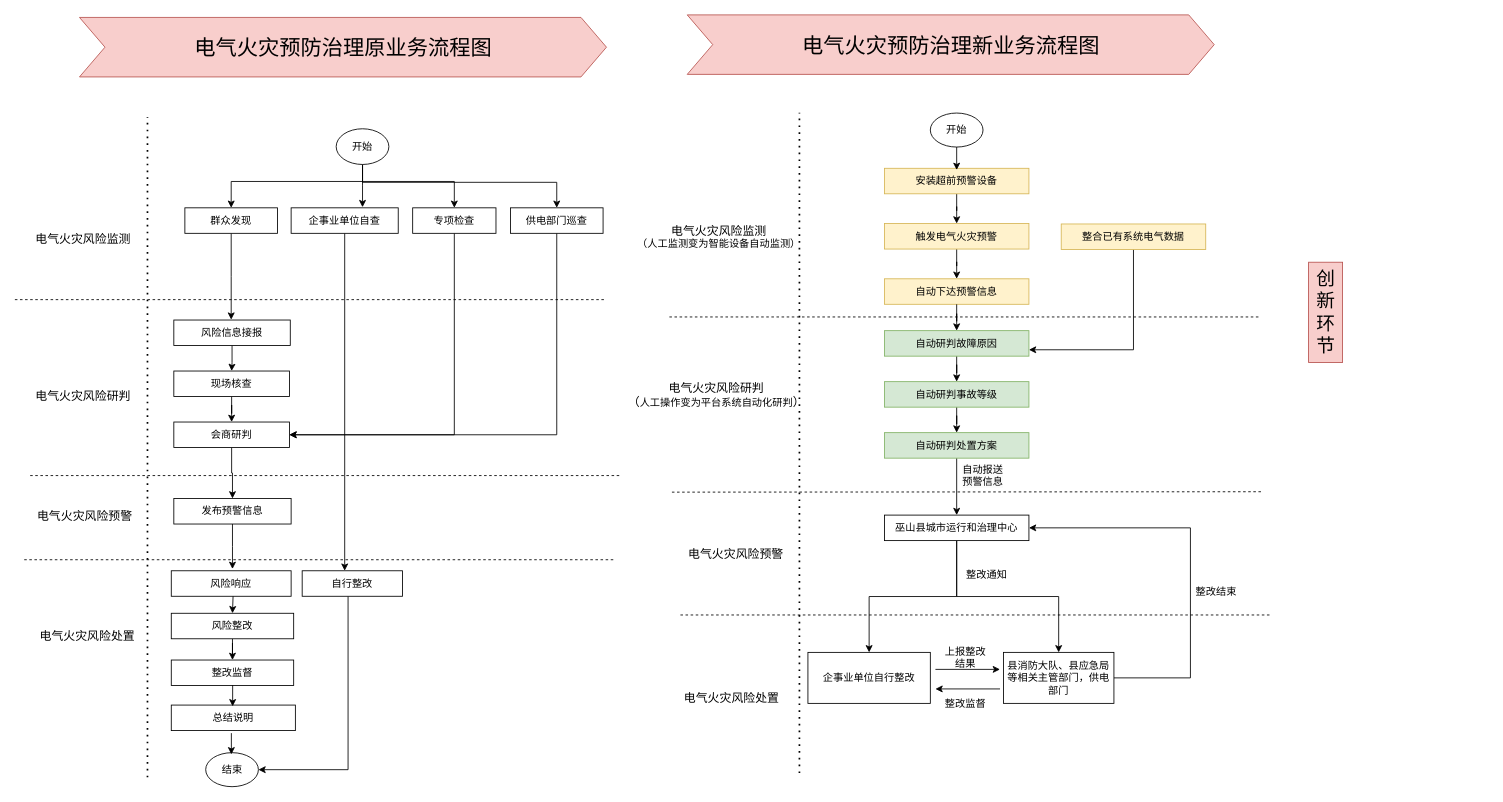
This is 电气火灾.drawio from w1041660542/draw.io, a draw.io file, before an edit. Source tidied: cells renumbered, new cells numbered last; positions are measured from the earlier drawing's top-left corner, leaving out a move shared by most shapes. Both pictures are drawn from the tidied source at 85%, with x=0, y=0 at pixel (14, 14).
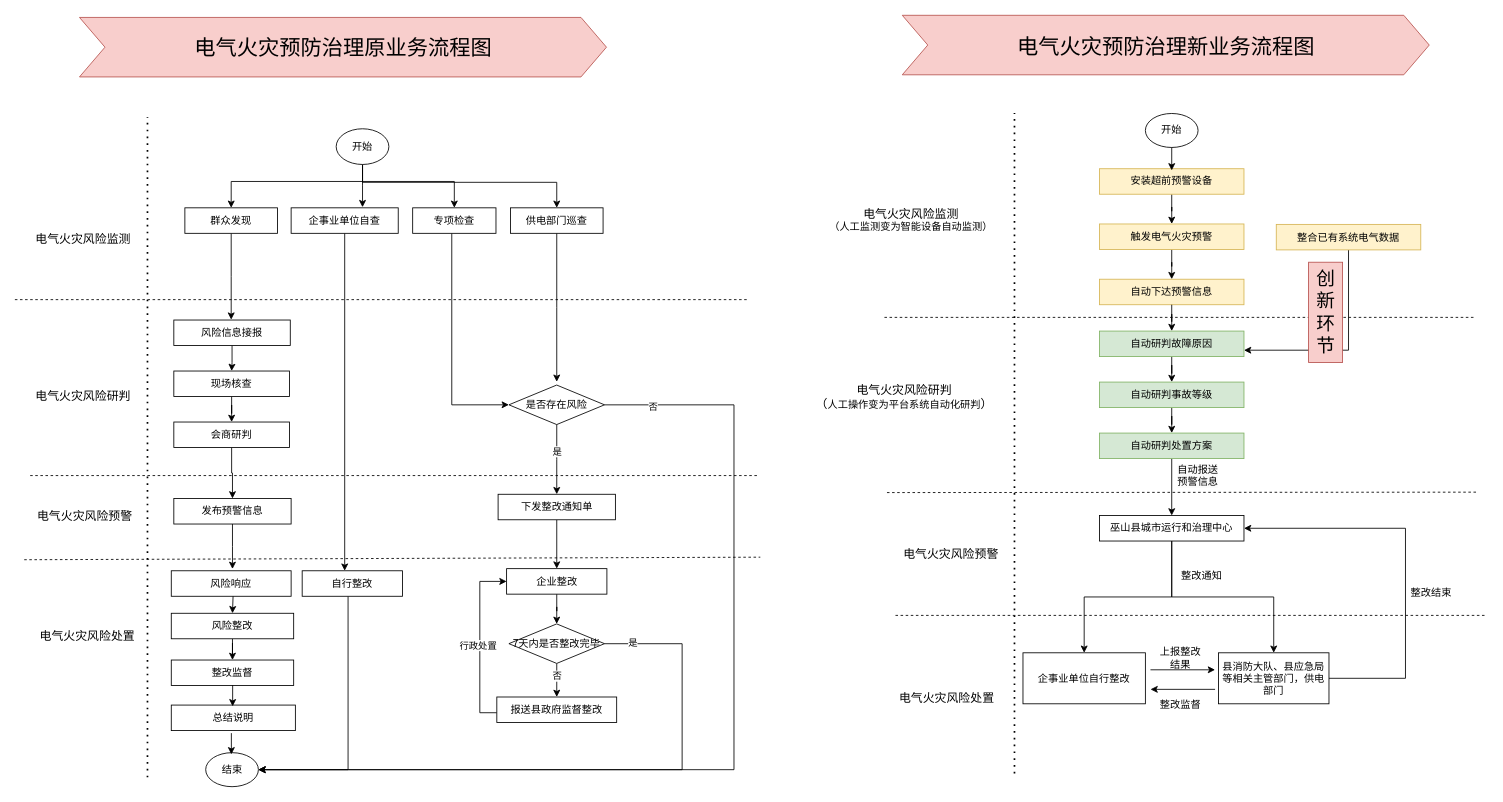
The same diagram, later.

Commit message:
更新电气火灾.drawio

Unchanged cells that the change refers to:
```xml
<mxCell id="12" value="会商研判" style="rounded=0;whiteSpace=wrap;html=1;" parent="1" vertex="1">
  <mxGeometry x="187" y="479" width="136" height="30" as="geometry" />
</mxCell>
<mxCell id="23" value="结束" style="ellipse;whiteSpace=wrap;html=1;" parent="1" vertex="1">
  <mxGeometry x="224.5" y="868" width="62" height="40" as="geometry" />
</mxCell>
<mxCell id="72" value="供电部门巡查" style="rounded=0;whiteSpace=wrap;html=1;" parent="1" vertex="1">
  <mxGeometry x="583" y="227" width="109" height="30" as="geometry" />
</mxCell>
<mxCell id="74" value="专项检查" style="rounded=0;whiteSpace=wrap;html=1;" parent="1" vertex="1">
  <mxGeometry x="468" y="227" width="98" height="30" as="geometry" />
</mxCell>
```

Change to the diagram source:
```diff
@@
     <mxCell id="24" value="开始" style="ellipse;whiteSpace=wrap;html=1;" parent="1" vertex="1">
-      <mxGeometry x="1077" y="115.5" width="62" height="40" as="geometry" />
+      <mxGeometry x="1330" y="116" width="62" height="40" as="geometry" />
     </mxCell>
@@
     <mxCell id="26" value="安装超前预警设备" style="rounded=0;whiteSpace=wrap;html=1;fillColor=#fff2cc;strokeColor=#d6b656;" parent="1" vertex="1">
-      <mxGeometry x="1023" y="180.5" width="170" height="30" as="geometry" />
+      <mxGeometry x="1276" y="181" width="170" height="30" as="geometry" />
     </mxCell>
@@
     <mxCell id="28" value="触发电气火灾预警" style="rounded=0;whiteSpace=wrap;html=1;fillColor=#fff2cc;strokeColor=#d6b656;" parent="1" vertex="1">
-      <mxGeometry x="1023" y="245.5" width="170" height="30" as="geometry" />
+      <mxGeometry x="1276" y="246" width="170" height="30" as="geometry" />
     </mxCell>
     <mxCell id="29" value="自动下达&lt;span style=&quot;background-color: initial;&quot;&gt;预警信息&lt;/span&gt;" style="rounded=0;whiteSpace=wrap;html=1;fillColor=#fff2cc;strokeColor=#d6b656;" parent="1" vertex="1">
-      <mxGeometry x="1023" y="310.5" width="170" height="30" as="geometry" />
+      <mxGeometry x="1276" y="311" width="170" height="30" as="geometry" />
     </mxCell>
@@
     <mxCell id="31" value="自动研判故障原因" style="rounded=0;whiteSpace=wrap;html=1;fillColor=#d5e8d4;strokeColor=#82b366;" parent="1" vertex="1">
-      <mxGeometry x="1023" y="371.5" width="170" height="30" as="geometry" />
+      <mxGeometry x="1276" y="372" width="170" height="30" as="geometry" />
     </mxCell>
@@
     <mxCell id="33" value="自动研判事故等级" style="rounded=0;whiteSpace=wrap;html=1;fillColor=#d5e8d4;strokeColor=#82b366;" parent="1" vertex="1">
-      <mxGeometry x="1023" y="431.5" width="170" height="30" as="geometry" />
+      <mxGeometry x="1276" y="432" width="170" height="30" as="geometry" />
     </mxCell>
@@
     <mxCell id="35" value="自动研判处置方案" style="rounded=0;whiteSpace=wrap;html=1;fillColor=#d5e8d4;strokeColor=#82b366;" parent="1" vertex="1">
-      <mxGeometry x="1023" y="491.5" width="170" height="30" as="geometry" />
+      <mxGeometry x="1276" y="492" width="170" height="30" as="geometry" />
     </mxCell>
     <mxCell id="36" value="&lt;font style=&quot;&quot;&gt;&lt;font style=&quot;font-size: 14px;&quot;&gt;电气火灾风险监测&lt;/font&gt;&lt;br&gt;（人工监测变为智能设备自动监测）&lt;br&gt;&lt;/font&gt;" style="text;html=1;align=center;verticalAlign=middle;strokeColor=none;fillColor=none;" parent="1" vertex="1">
-      <mxGeometry x="723" y="239.5" width="210" height="43" as="geometry" />
+      <mxGeometry x="949" y="219" width="210" height="43" as="geometry" />
     </mxCell>
     <mxCell id="37" value="&lt;font style=&quot;font-size: 14px;&quot;&gt;电气火灾风险研判&lt;br&gt;（&lt;/font&gt;&lt;font style=&quot;&quot;&gt;&lt;font style=&quot;font-size: 12px;&quot;&gt;人工操作变为平台系统自动化研判&lt;/font&gt;&lt;span style=&quot;font-size: 14px;&quot;&gt;）&lt;/span&gt;&lt;br&gt;&lt;/font&gt;" style="text;html=1;align=center;verticalAlign=middle;strokeColor=none;fillColor=none;" parent="1" vertex="1">
-      <mxGeometry x="712" y="423.5" width="226" height="46" as="geometry" />
+      <mxGeometry x="933" y="426" width="226" height="46" as="geometry" />
     </mxCell>
     <mxCell id="38" value="&lt;font style=&quot;font-size: 14px;&quot;&gt;电气火灾风险预警&lt;/font&gt;" style="text;html=1;align=center;verticalAlign=middle;strokeColor=none;fillColor=none;" parent="1" vertex="1">
-      <mxGeometry x="778" y="618.5" width="140" height="30" as="geometry" />
+      <mxGeometry x="1031" y="619" width="140" height="30" as="geometry" />
     </mxCell>
@@
     <mxCell id="42" value="&lt;font style=&quot;font-size: 14px;&quot;&gt;电气火灾风险处置&lt;/font&gt;" style="text;html=1;align=center;verticalAlign=middle;strokeColor=none;fillColor=none;" parent="1" vertex="1">
-      <mxGeometry x="773" y="788.5" width="140" height="30" as="geometry" />
+      <mxGeometry x="1026" y="789" width="140" height="30" as="geometry" />
     </mxCell>
@@
     <mxCell id="44" value="&lt;p style=&quot;margin-top: 0pt; margin-bottom: 0pt; margin-left: 0in; direction: ltr; unicode-bidi: embed; word-break: normal;&quot;&gt;&lt;font style=&quot;font-size: 25px;&quot;&gt;电气火灾预防治理新业务流程图&lt;/font&gt;&lt;/p&gt;" style="html=1;shadow=0;dashed=0;align=center;verticalAlign=middle;shape=mxgraph.arrows2.arrow;dy=0;dx=30;notch=30;fillColor=#f8cecc;strokeColor=#b85450;" parent="1" vertex="1">
-      <mxGeometry x="791" width="620" height="70" as="geometry" />
+      <mxGeometry x="1044" y="0.5" width="620" height="70" as="geometry" />
     </mxCell>
@@
     <mxCell id="47" value="企事业单位自行整改" style="rounded=0;whiteSpace=wrap;html=1;" parent="1" vertex="1">
-      <mxGeometry x="933" y="750" width="144" height="60" as="geometry" />
+      <mxGeometry x="1186" y="750.5" width="144" height="60" as="geometry" />
     </mxCell>
     <mxCell id="48" style="edgeStyle=orthogonalEdgeStyle;rounded=0;jettySize=auto;html=1;entryX=1;entryY=0.5;entryDx=0;entryDy=0;" parent="1" edge="1" source="49" target="60">
       <mxGeometry relative="1" as="geometry">
         <Array as="points">
-          <mxPoint x="1383" y="780" />
-          <mxPoint x="1383" y="604" />
+          <mxPoint x="1636" y="780.5" />
+          <mxPoint x="1636" y="604.5" />
         </Array>
       </mxGeometry>
     </mxCell>
     <mxCell id="49" value="县消防大队、县应急局等相关主管部门，供电部门" style="rounded=0;whiteSpace=wrap;html=1;" parent="1" vertex="1">
-      <mxGeometry x="1163" y="750" width="130" height="60" as="geometry" />
+      <mxGeometry x="1416" y="750.5" width="130" height="60" as="geometry" />
     </mxCell>
     <mxCell id="50" style="endArrow=none;dashed=1;html=1;dashPattern=1 3;strokeWidth=2;rounded=0;" parent="1" edge="1">
       <mxGeometry relative="1" as="geometry">
-        <mxPoint x="923" y="892" as="sourcePoint" />
-        <mxPoint x="923" y="115" as="targetPoint" />
+        <mxPoint x="1176" y="892.5" as="sourcePoint" />
+        <mxPoint x="1176" y="115.5" as="targetPoint" />
       </mxGeometry>
     </mxCell>
     <mxCell id="51" style="endArrow=none;dashed=1;html=1;rounded=0;" parent="1" edge="1">
       <mxGeometry relative="1" as="geometry">
-        <mxPoint x="783" y="706" as="sourcePoint" />
-        <mxPoint x="1479" y="706" as="targetPoint" />
+        <mxPoint x="1036" y="706.5" as="sourcePoint" />
+        <mxPoint x="1732" y="706.5" as="targetPoint" />
       </mxGeometry>
     </mxCell>
     <mxCell id="52" value="&lt;span style=&quot;color: rgb(0, 0, 0); font-family: Helvetica; font-size: 12px; font-style: normal; font-variant-ligatures: normal; font-variant-caps: normal; font-weight: 400; letter-spacing: normal; orphans: 2; text-align: center; text-indent: 0px; text-transform: none; widows: 2; word-spacing: 0px; -webkit-text-stroke-width: 0px; background-color: rgb(251, 251, 251); text-decoration-thickness: initial; text-decoration-style: initial; text-decoration-color: initial; float: none; display: inline !important;&quot;&gt;自动报送预警信息&lt;/span&gt;" style="text;whiteSpace=wrap;html=1;" parent="1" vertex="1">
-      <mxGeometry x="1113" y="521.5" width="60" height="40" as="geometry" />
+      <mxGeometry x="1366" y="522" width="60" height="40" as="geometry" />
     </mxCell>
     <mxCell id="53" style="endArrow=classic;html=1;rounded=0;" parent="1" edge="1">
       <mxGeometry relative="1" as="geometry">
-        <mxPoint x="1083" y="770" as="sourcePoint" />
-        <mxPoint x="1159" y="770" as="targetPoint" />
+        <mxPoint x="1336" y="770.5" as="sourcePoint" />
+        <mxPoint x="1412" y="770.5" as="targetPoint" />
         <Array as="points">
-          <mxPoint x="1113" y="770" />
+          <mxPoint x="1366" y="770.5" />
         </Array>
       </mxGeometry>
     </mxCell>
     <mxCell id="54" style="endArrow=classic;html=1;rounded=0;" parent="1" edge="1">
       <mxGeometry relative="1" as="geometry">
-        <mxPoint x="1159" y="793" as="sourcePoint" />
-        <mxPoint x="1083" y="793" as="targetPoint" />
+        <mxPoint x="1412" y="793.5" as="sourcePoint" />
+        <mxPoint x="1336" y="793.5" as="targetPoint" />
       </mxGeometry>
     </mxCell>
     <mxCell id="55" value="上报整改&lt;br&gt;结果" style="text;html=1;align=center;verticalAlign=middle;strokeColor=none;fillColor=none;" parent="1" vertex="1">
-      <mxGeometry x="1083" y="736" width="70" height="40" as="geometry" />
+      <mxGeometry x="1336" y="736.5" width="70" height="40" as="geometry" />
     </mxCell>
     <mxCell id="56" value="整改监督" style="text;html=1;align=center;verticalAlign=middle;strokeColor=none;fillColor=none;" parent="1" vertex="1">
-      <mxGeometry x="1083" y="796" width="70" height="30" as="geometry" />
+      <mxGeometry x="1336" y="796.5" width="70" height="30" as="geometry" />
     </mxCell>
     <mxCell id="57" style="endArrow=classic;html=1;rounded=0;" parent="1" edge="1" source="24">
       <mxGeometry relative="1" as="geometry">
-        <mxPoint x="1108" y="182.5" as="targetPoint" />
+        <mxPoint x="1361" y="183" as="targetPoint" />
       </mxGeometry>
     </mxCell>
@@
     <mxCell id="60" value="巫山县城市运行和治理中心" style="rounded=0;whiteSpace=wrap;html=1;" parent="1" vertex="1">
-      <mxGeometry x="1023" y="588.5" width="170" height="30" as="geometry" />
+      <mxGeometry x="1276" y="589" width="170" height="30" as="geometry" />
     </mxCell>
     <mxCell id="61" value="整改通知" style="text;html=1;align=center;verticalAlign=middle;strokeColor=none;fillColor=none;" parent="1" vertex="1">
-      <mxGeometry x="1108" y="644" width="70" height="30" as="geometry" />
+      <mxGeometry x="1361" y="644.5" width="70" height="30" as="geometry" />
     </mxCell>
     <mxCell id="62" value="整改结束" style="text;html=1;align=center;verticalAlign=middle;strokeColor=none;fillColor=none;" parent="1" vertex="1">
-      <mxGeometry x="1378" y="664" width="70" height="30" as="geometry" />
+      <mxGeometry x="1631" y="664.5" width="70" height="30" as="geometry" />
     </mxCell>
     <mxCell id="63" style="endArrow=none;dashed=1;html=1;rounded=0;" parent="1" edge="1">
       <mxGeometry relative="1" as="geometry">
-        <mxPoint x="773" y="561.5" as="sourcePoint" />
-        <mxPoint x="1469" y="561" as="targetPoint" />
+        <mxPoint x="1026" y="562" as="sourcePoint" />
+        <mxPoint x="1722" y="561.5" as="targetPoint" />
       </mxGeometry>
     </mxCell>
     <mxCell id="64" style="endArrow=none;dashed=1;html=1;rounded=0;" parent="1" edge="1">
       <mxGeometry relative="1" as="geometry">
-        <mxPoint x="770" y="355.4" as="sourcePoint" />
-        <mxPoint x="1466" y="355.4" as="targetPoint" />
+        <mxPoint x="1023" y="355.9" as="sourcePoint" />
+        <mxPoint x="1719" y="355.9" as="targetPoint" />
       </mxGeometry>
     </mxCell>
@@
     <mxCell id="66" value="整合已有系统电气数据" style="rounded=0;whiteSpace=wrap;html=1;fillColor=#fff2cc;strokeColor=#d6b656;" parent="1" vertex="1">
-      <mxGeometry x="1231" y="246" width="170" height="30" as="geometry" />
+      <mxGeometry x="1484" y="246.5" width="170" height="30" as="geometry" />
     </mxCell>
@@
-    <mxCell id="71" style="edgeStyle=orthogonalEdgeStyle;rounded=0;jettySize=auto;html=1;entryX=1;entryY=0.5;entryDx=0;entryDy=0;" parent="1" edge="1" source="72" target="12">
-      <mxGeometry relative="1" as="geometry">
-        <Array as="points">
-          <mxPoint x="638" y="494" />
-        </Array>
-      </mxGeometry>
-    </mxCell>
+    <mxCell id="85" style="edgeStyle=orthogonalEdgeStyle;rounded=0;jettySize=auto;html=1;" parent="1" edge="1" source="72">
+      <mxGeometry relative="1" as="geometry">
+        <mxPoint x="637.5" y="431.7" as="targetPoint" />
+      </mxGeometry>
+    </mxCell>
@@
-    <mxCell id="73" style="edgeStyle=orthogonalEdgeStyle;rounded=0;jettySize=auto;html=1;entryX=1;entryY=0.5;entryDx=0;entryDy=0;" parent="1" edge="1" source="74" target="12">
-      <mxGeometry relative="1" as="geometry">
-        <Array as="points">
-          <mxPoint x="517" y="494" />
-        </Array>
-      </mxGeometry>
-    </mxCell>
+    <mxCell id="86" style="edgeStyle=orthogonalEdgeStyle;rounded=0;jettySize=auto;html=1;entryX=0;entryY=0.5;entryDx=0;entryDy=0;" parent="1" edge="1" source="74" target="91">
+      <mxGeometry relative="1" as="geometry">
+        <Array as="points">
+          <mxPoint x="514" y="459" />
+        </Array>
+      </mxGeometry>
+    </mxCell>
@@
     <mxCell id="76" style="endArrow=none;dashed=1;html=1;rounded=0;" parent="1" edge="1">
       <mxGeometry relative="1" as="geometry">
         <mxPoint y="335" as="sourcePoint" />
-        <mxPoint x="696" y="335" as="targetPoint" />
+        <mxPoint x="864" y="335" as="targetPoint" />
       </mxGeometry>
     </mxCell>
     <mxCell id="77" style="endArrow=none;dashed=1;html=1;rounded=0;" parent="1" edge="1">
       <mxGeometry relative="1" as="geometry">
         <mxPoint x="18" y="542" as="sourcePoint" />
-        <mxPoint x="714" y="542" as="targetPoint" />
+        <mxPoint x="874" y="542" as="targetPoint" />
       </mxGeometry>
     </mxCell>
     <mxCell id="78" style="endArrow=none;dashed=1;html=1;rounded=0;" parent="1" edge="1">
       <mxGeometry relative="1" as="geometry">
         <mxPoint x="11" y="641" as="sourcePoint" />
-        <mxPoint x="707" y="641" as="targetPoint" />
+        <mxPoint x="877" y="638" as="targetPoint" />
       </mxGeometry>
     </mxCell>
@@
+    <mxCell id="87" style="edgeStyle=orthogonalEdgeStyle;rounded=0;jettySize=auto;html=1;" parent="1" edge="1" source="91" target="103">
+      <mxGeometry relative="1" as="geometry" />
+    </mxCell>
+    <mxCell id="88" value="是" style="edgeLabel;html=1;align=center;verticalAlign=middle;" parent="87" vertex="1">
+      <mxGeometry x="0.06" y="1" relative="1" as="geometry">
+        <mxPoint x="-1" y="-11" as="offset" />
+      </mxGeometry>
+    </mxCell>
+    <mxCell id="89" style="edgeStyle=orthogonalEdgeStyle;rounded=0;jettySize=auto;html=1;entryX=1;entryY=0.5;entryDx=0;entryDy=0;" parent="1" edge="1" source="91" target="23">
+      <mxGeometry relative="1" as="geometry">
+        <Array as="points">
+          <mxPoint x="846" y="459" />
+          <mxPoint x="846" y="888" />
+        </Array>
+      </mxGeometry>
+    </mxCell>
+    <mxCell id="90" value="否" style="edgeLabel;html=1;align=center;verticalAlign=middle;" parent="89" vertex="1">
+      <mxGeometry x="-0.9" y="-2" relative="1" as="geometry" />
+    </mxCell>
+    <mxCell id="91" value="是否存在风险" style="rhombus;whiteSpace=wrap;html=1;" parent="1" vertex="1">
+      <mxGeometry x="581.2" y="435.5" width="112.5" height="46.5" as="geometry" />
+    </mxCell>
+    <mxCell id="92" style="edgeStyle=orthogonalEdgeStyle;rounded=0;jettySize=auto;html=1;entryX=0.5;entryY=0;entryDx=0;entryDy=0;" parent="1" edge="1" source="93" target="98">
+      <mxGeometry relative="1" as="geometry" />
+    </mxCell>
+    <mxCell id="93" value="企业整改" style="rounded=0;whiteSpace=wrap;html=1;" parent="1" vertex="1">
+      <mxGeometry x="578.5" y="651.5" width="118" height="30" as="geometry" />
+    </mxCell>
+    <mxCell id="94" style="edgeStyle=orthogonalEdgeStyle;rounded=0;jettySize=auto;html=1;" parent="1" edge="1" source="98" target="101">
+      <mxGeometry relative="1" as="geometry" />
+    </mxCell>
+    <mxCell id="95" value="否" style="edgeLabel;html=1;align=center;verticalAlign=middle;" parent="94" vertex="1">
+      <mxGeometry x="-0.25" relative="1" as="geometry" />
+    </mxCell>
+    <mxCell id="96" style="edgeStyle=orthogonalEdgeStyle;rounded=0;jettySize=auto;html=1;entryX=1;entryY=0.5;entryDx=0;entryDy=0;" parent="1" edge="1" source="98" target="23">
+      <mxGeometry relative="1" as="geometry">
+        <Array as="points">
+          <mxPoint x="785" y="740" />
+          <mxPoint x="785" y="888" />
+        </Array>
+      </mxGeometry>
+    </mxCell>
+    <mxCell id="97" value="是" style="edgeLabel;html=1;align=center;verticalAlign=middle;" parent="96" vertex="1">
+      <mxGeometry x="-0.91" y="1" relative="1" as="geometry" />
+    </mxCell>
+    <mxCell id="98" value="7天内是否整改完毕" style="rhombus;whiteSpace=wrap;html=1;" parent="1" vertex="1">
+      <mxGeometry x="581.2" y="716.5" width="112.5" height="46.5" as="geometry" />
+    </mxCell>
+    <mxCell id="99" style="edgeStyle=orthogonalEdgeStyle;rounded=0;jettySize=auto;html=1;entryX=0;entryY=0.5;entryDx=0;entryDy=0;" parent="1" edge="1" source="101" target="93">
+      <mxGeometry relative="1" as="geometry">
+        <Array as="points">
+          <mxPoint x="547" y="821" />
+          <mxPoint x="547" y="667" />
+        </Array>
+      </mxGeometry>
+    </mxCell>
+    <mxCell id="100" value="行政处置" style="edgeLabel;html=1;align=center;verticalAlign=middle;" parent="99" vertex="1">
+      <mxGeometry x="0.07" y="3" relative="1" as="geometry">
+        <mxPoint y="10" as="offset" />
+      </mxGeometry>
+    </mxCell>
+    <mxCell id="101" value="报送县政府监督整改" style="rounded=0;whiteSpace=wrap;html=1;" parent="1" vertex="1">
+      <mxGeometry x="567" y="802.5" width="141" height="30" as="geometry" />
+    </mxCell>
+    <mxCell id="102" style="edgeStyle=orthogonalEdgeStyle;rounded=0;jettySize=auto;html=1;entryX=0.5;entryY=0;entryDx=0;entryDy=0;" parent="1" edge="1" source="103" target="93">
+      <mxGeometry relative="1" as="geometry" />
+    </mxCell>
+    <mxCell id="103" value="下发整改通知单" style="rounded=0;whiteSpace=wrap;html=1;" parent="1" vertex="1">
+      <mxGeometry x="568.5" y="564" width="138" height="30" as="geometry" />
+    </mxCell>
```
